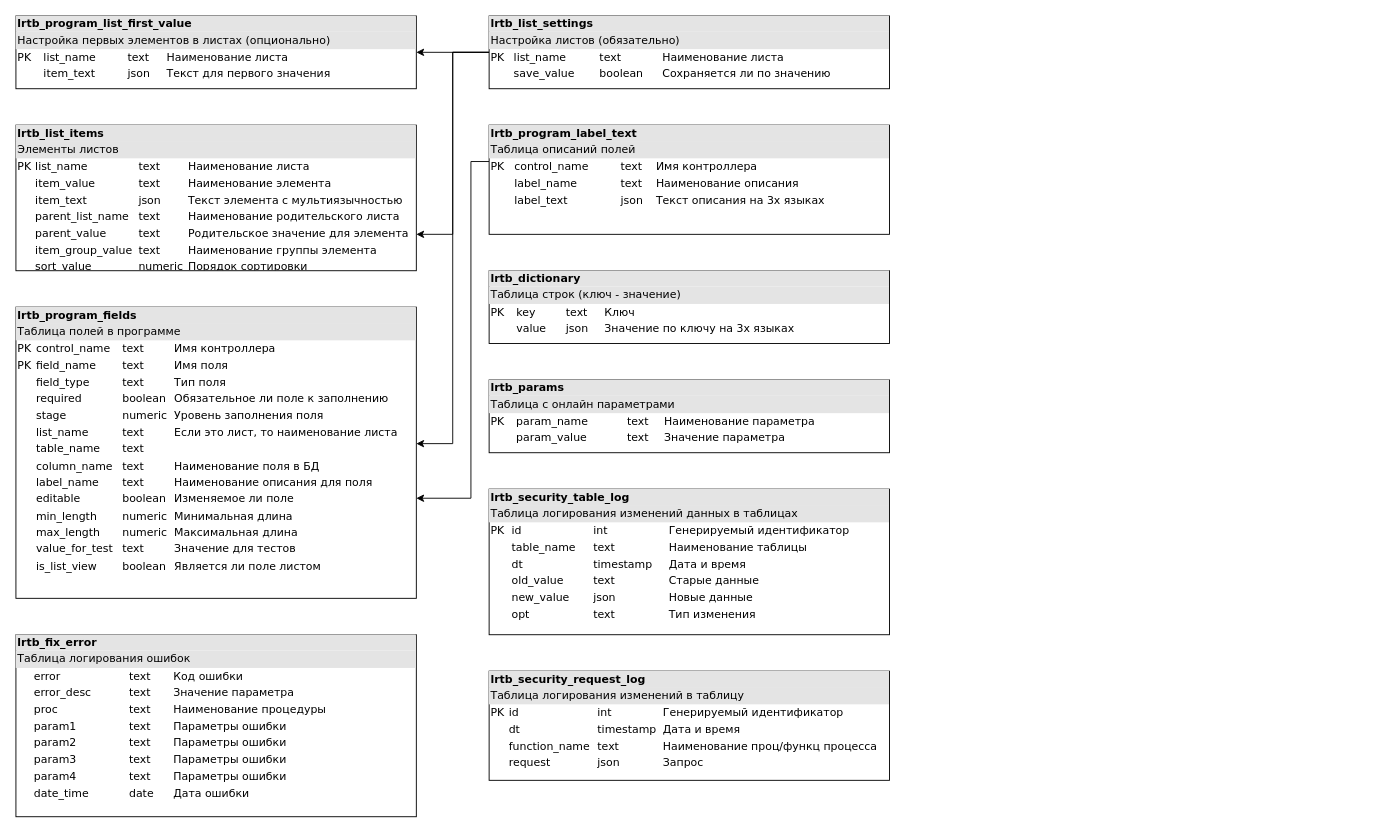
lero4ka1095/CoreRepository keeps this draw.io diagram as page "Application Settings" (1 of 2) of First Project/LoanRegistration_DB.drawio. Above is the earlier version. Source tidied: cells renumbered, new cells numbered last; positions are measured from the earlier drawing's top-left corner, leaving out a move shared by most shapes. Both pictures are drawn from the tidied source at 91%, with x=0, y=0 at pixel (15, 15).
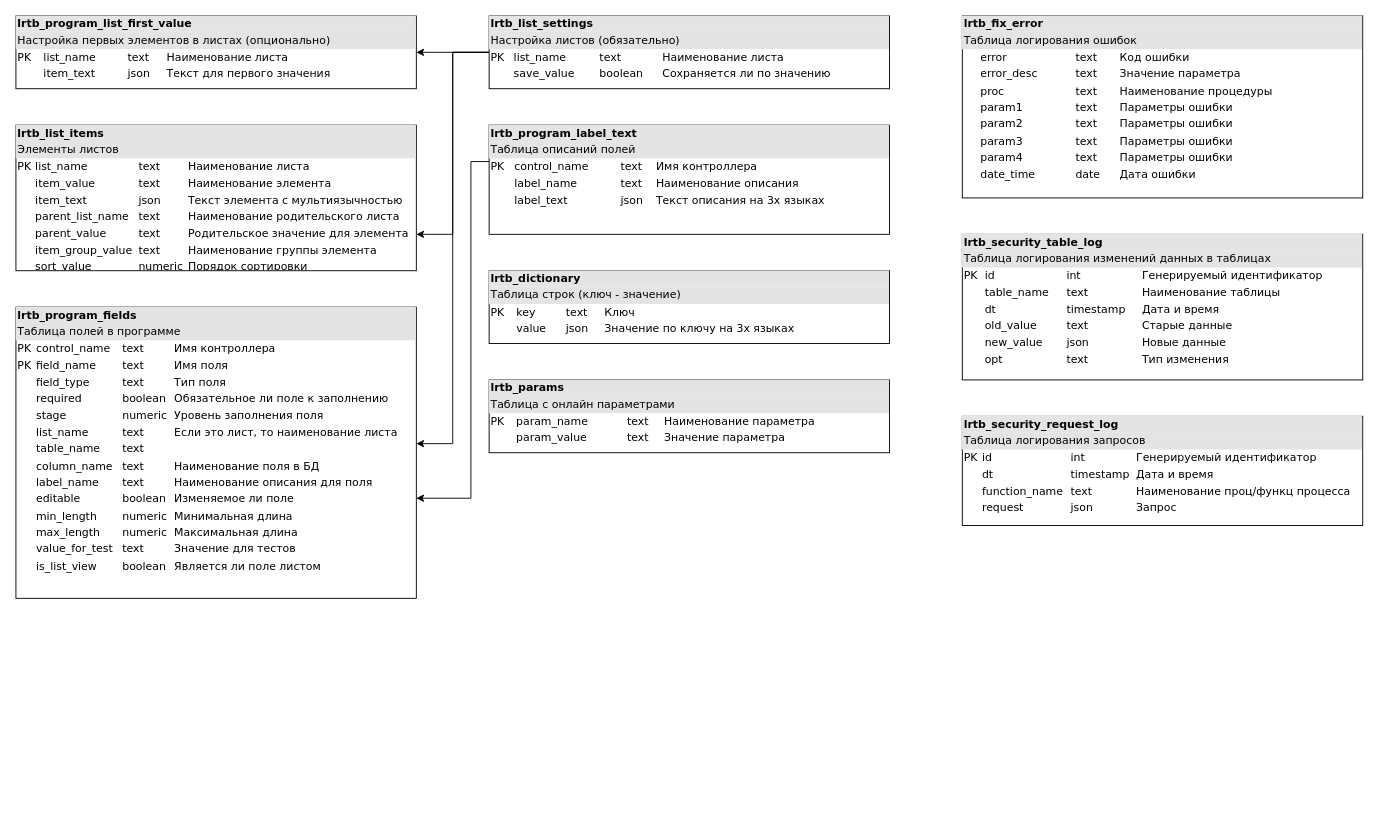
Above is the later version.

Diff of the diagram source:
```diff
@@
     <mxCell id="13" value="&lt;div style=&quot;box-sizing: border-box ; width: 100% ; background: #e4e4e4 ; padding: 2px&quot;&gt;&lt;b&gt;lrtb_fix_error&lt;/b&gt;&lt;br&gt;&lt;/div&gt;&lt;div style=&quot;box-sizing: border-box ; width: 100% ; background: #e4e4e4 ; padding: 2px&quot;&gt;Таблица логирования ошибок&lt;b&gt;&lt;br&gt;&lt;/b&gt;&lt;/div&gt;&lt;table style=&quot;width: 100% ; font-size: 1em&quot; cellpadding=&quot;2&quot; cellspacing=&quot;0&quot;&gt;&lt;tbody&gt;&lt;tr&gt;&lt;td&gt;&amp;nbsp;&amp;nbsp;&lt;/td&gt;&lt;td&gt;error&lt;br&gt;&lt;/td&gt;&lt;td&gt;text&lt;/td&gt;&lt;td&gt;Код ошибки&lt;/td&gt;&lt;/tr&gt;&lt;tr&gt;&lt;td&gt;&lt;br&gt;&lt;/td&gt;&lt;td&gt;error_desc&lt;br&gt;&lt;/td&gt;&lt;td&gt;text&lt;/td&gt;&lt;td&gt;Значение параметра&lt;/td&gt;&lt;/tr&gt;&lt;tr&gt;&lt;td&gt;&lt;br&gt;&lt;/td&gt;&lt;td&gt;proc&lt;br&gt;&lt;/td&gt;&lt;td&gt;text&lt;/td&gt;&lt;td&gt;Наименование процедуры&lt;/td&gt;&lt;/tr&gt;&lt;tr&gt;&lt;td&gt;&lt;br&gt;&lt;/td&gt;&lt;td&gt;param1&lt;br&gt;&lt;/td&gt;&lt;td&gt;text&lt;br&gt;&lt;/td&gt;&lt;td&gt;Параметры ошибки&lt;/td&gt;&lt;/tr&gt;&lt;tr&gt;&lt;td&gt;&lt;br&gt;&lt;/td&gt;&lt;td&gt;param2&lt;br&gt;&lt;/td&gt;&lt;td&gt;text&lt;br&gt;&lt;/td&gt;&lt;td&gt;Параметры ошибки&lt;br&gt;&lt;/td&gt;&lt;/tr&gt;&lt;tr&gt;&lt;td&gt;&lt;br&gt;&lt;/td&gt;&lt;td&gt;param3&lt;br&gt;&lt;/td&gt;&lt;td&gt;text&lt;br&gt;&lt;/td&gt;&lt;td&gt;Параметры ошибки&lt;br&gt;&lt;/td&gt;&lt;/tr&gt;&lt;tr&gt;&lt;td&gt;&lt;br&gt;&lt;/td&gt;&lt;td&gt;param4&lt;br&gt;&lt;/td&gt;&lt;td&gt;text&lt;br&gt;&lt;/td&gt;&lt;td&gt;Параметры ошибки&lt;br&gt;&lt;/td&gt;&lt;/tr&gt;&lt;tr&gt;&lt;td&gt;&lt;br&gt;&lt;/td&gt;&lt;td&gt;date_time&lt;/td&gt;&lt;td&gt;date&lt;/td&gt;&lt;td&gt;Дата ошибки&lt;/td&gt;&lt;/tr&gt;&lt;/tbody&gt;&lt;/table&gt;" style="verticalAlign=top;align=left;overflow=fill;html=1;rounded=0;shadow=0;comic=0;labelBackgroundColor=none;strokeWidth=1;fontFamily=Verdana;fontSize=12;" parent="1" vertex="1">
-      <mxGeometry y="680" width="440" height="200" as="geometry" />
+      <mxGeometry x="1040" width="440" height="200" as="geometry" />
     </mxCell>
-    <mxCell id="14" value="&lt;div style=&quot;box-sizing: border-box ; width: 100% ; background: #e4e4e4 ; padding: 2px&quot;&gt;&lt;b&gt;lrtb_security_request_log&lt;/b&gt;&lt;br&gt;&lt;/div&gt;&lt;div style=&quot;box-sizing: border-box ; width: 100% ; background: #e4e4e4 ; padding: 2px&quot;&gt;Таблица логирования изменений в таблицу&lt;b&gt;&lt;br&gt;&lt;/b&gt;&lt;/div&gt;&lt;table style=&quot;width: 100% ; font-size: 1em&quot; cellpadding=&quot;2&quot; cellspacing=&quot;0&quot;&gt;&lt;tbody&gt;&lt;tr&gt;&lt;td&gt;PK&lt;/td&gt;&lt;td&gt;id&lt;br&gt;&lt;/td&gt;&lt;td&gt;int&lt;/td&gt;&lt;td&gt;Генерируемый идентификатор&lt;/td&gt;&lt;/tr&gt;&lt;tr&gt;&lt;td&gt;&lt;br&gt;&lt;/td&gt;&lt;td&gt;dt&lt;br&gt;&lt;/td&gt;&lt;td&gt;timestamp&lt;/td&gt;&lt;td&gt;Дата и время&lt;/td&gt;&lt;/tr&gt;&lt;tr&gt;&lt;td&gt;&lt;br&gt;&lt;/td&gt;&lt;td&gt;function_name&lt;br&gt;&lt;/td&gt;&lt;td&gt;text&lt;/td&gt;&lt;td&gt;Наименование проц/функц процесса&lt;br&gt;&lt;/td&gt;&lt;/tr&gt;&lt;tr&gt;&lt;td&gt;&lt;br&gt;&lt;/td&gt;&lt;td&gt;request&lt;br&gt;&lt;/td&gt;&lt;td&gt;json&lt;/td&gt;&lt;td&gt;Запрос&lt;/td&gt;&lt;/tr&gt;&lt;/tbody&gt;&lt;/table&gt;" style="verticalAlign=top;align=left;overflow=fill;html=1;rounded=0;shadow=0;comic=0;labelBackgroundColor=none;strokeWidth=1;fontFamily=Verdana;fontSize=12;" parent="1" vertex="1">
-      <mxGeometry x="520" y="720" width="440" height="120" as="geometry" />
+    <mxCell id="14" value="&lt;div style=&quot;box-sizing: border-box ; width: 100% ; background: #e4e4e4 ; padding: 2px&quot;&gt;&lt;b&gt;lrtb_security_request_log&lt;/b&gt;&lt;br&gt;&lt;/div&gt;&lt;div style=&quot;box-sizing: border-box ; width: 100% ; background: #e4e4e4 ; padding: 2px&quot;&gt;Таблица логирования запросов&lt;b&gt;&lt;br&gt;&lt;/b&gt;&lt;/div&gt;&lt;table style=&quot;width: 100% ; font-size: 1em&quot; cellpadding=&quot;2&quot; cellspacing=&quot;0&quot;&gt;&lt;tbody&gt;&lt;tr&gt;&lt;td&gt;PK&lt;/td&gt;&lt;td&gt;id&lt;br&gt;&lt;/td&gt;&lt;td&gt;int&lt;/td&gt;&lt;td&gt;Генерируемый идентификатор&lt;/td&gt;&lt;/tr&gt;&lt;tr&gt;&lt;td&gt;&lt;br&gt;&lt;/td&gt;&lt;td&gt;dt&lt;br&gt;&lt;/td&gt;&lt;td&gt;timestamp&lt;/td&gt;&lt;td&gt;Дата и время&lt;/td&gt;&lt;/tr&gt;&lt;tr&gt;&lt;td&gt;&lt;br&gt;&lt;/td&gt;&lt;td&gt;function_name&lt;br&gt;&lt;/td&gt;&lt;td&gt;text&lt;/td&gt;&lt;td&gt;Наименование проц/функц процесса&lt;br&gt;&lt;/td&gt;&lt;/tr&gt;&lt;tr&gt;&lt;td&gt;&lt;br&gt;&lt;/td&gt;&lt;td&gt;request&lt;br&gt;&lt;/td&gt;&lt;td&gt;json&lt;/td&gt;&lt;td&gt;Запрос&lt;/td&gt;&lt;/tr&gt;&lt;/tbody&gt;&lt;/table&gt;" style="verticalAlign=top;align=left;overflow=fill;html=1;rounded=0;shadow=0;comic=0;labelBackgroundColor=none;strokeWidth=1;fontFamily=Verdana;fontSize=12;" parent="1" vertex="1">
+      <mxGeometry x="1040" y="440" width="440" height="120" as="geometry" />
     </mxCell>
     <mxCell id="15" value="&lt;div style=&quot;box-sizing: border-box ; width: 100% ; background: #e4e4e4 ; padding: 2px&quot;&gt;&lt;b&gt;lrtb_security_table_log&lt;/b&gt;&lt;br&gt;&lt;/div&gt;&lt;div style=&quot;box-sizing: border-box ; width: 100% ; background: #e4e4e4 ; padding: 2px&quot;&gt;Таблица логирования изменений данных в таблицах&lt;b&gt;&lt;br&gt;&lt;/b&gt;&lt;/div&gt;&lt;table style=&quot;width: 100% ; font-size: 1em&quot; cellpadding=&quot;2&quot; cellspacing=&quot;0&quot;&gt;&lt;tbody&gt;&lt;tr&gt;&lt;td&gt;PK&lt;/td&gt;&lt;td&gt;id&lt;br&gt;&lt;/td&gt;&lt;td&gt;int&lt;/td&gt;&lt;td&gt;Генерируемый идентификатор&lt;/td&gt;&lt;/tr&gt;&lt;tr&gt;&lt;td&gt;&lt;br&gt;&lt;/td&gt;&lt;td&gt;table_name&lt;/td&gt;&lt;td&gt;text&lt;/td&gt;&lt;td&gt;Наименование таблицы&lt;/td&gt;&lt;/tr&gt;&lt;tr&gt;&lt;td&gt;&lt;br&gt;&lt;/td&gt;&lt;td&gt;dt&lt;br&gt;&lt;/td&gt;&lt;td&gt;timestamp&lt;/td&gt;&lt;td&gt;Дата и время&lt;br&gt;&lt;/td&gt;&lt;/tr&gt;&lt;tr&gt;&lt;td&gt;&lt;br&gt;&lt;/td&gt;&lt;td&gt;old_value&lt;br&gt;&lt;/td&gt;&lt;td&gt;text&lt;/td&gt;&lt;td&gt;Старые данные&lt;/td&gt;&lt;/tr&gt;&lt;tr&gt;&lt;td&gt;&lt;br&gt;&lt;/td&gt;&lt;td&gt;new_value&lt;br&gt;&lt;/td&gt;&lt;td&gt;json&lt;/td&gt;&lt;td&gt;Новые данные&lt;/td&gt;&lt;/tr&gt;&lt;tr&gt;&lt;td&gt;&lt;br&gt;&lt;/td&gt;&lt;td&gt;opt&lt;/td&gt;&lt;td&gt;text&lt;/td&gt;&lt;td&gt;Тип изменения&lt;/td&gt;&lt;/tr&gt;&lt;/tbody&gt;&lt;/table&gt;" style="verticalAlign=top;align=left;overflow=fill;html=1;rounded=0;shadow=0;comic=0;labelBackgroundColor=none;strokeWidth=1;fontFamily=Verdana;fontSize=12;" parent="1" vertex="1">
-      <mxGeometry x="520" y="520" width="440" height="160" as="geometry" />
+      <mxGeometry x="1040" y="240" width="440" height="160" as="geometry" />
     </mxCell>
```
